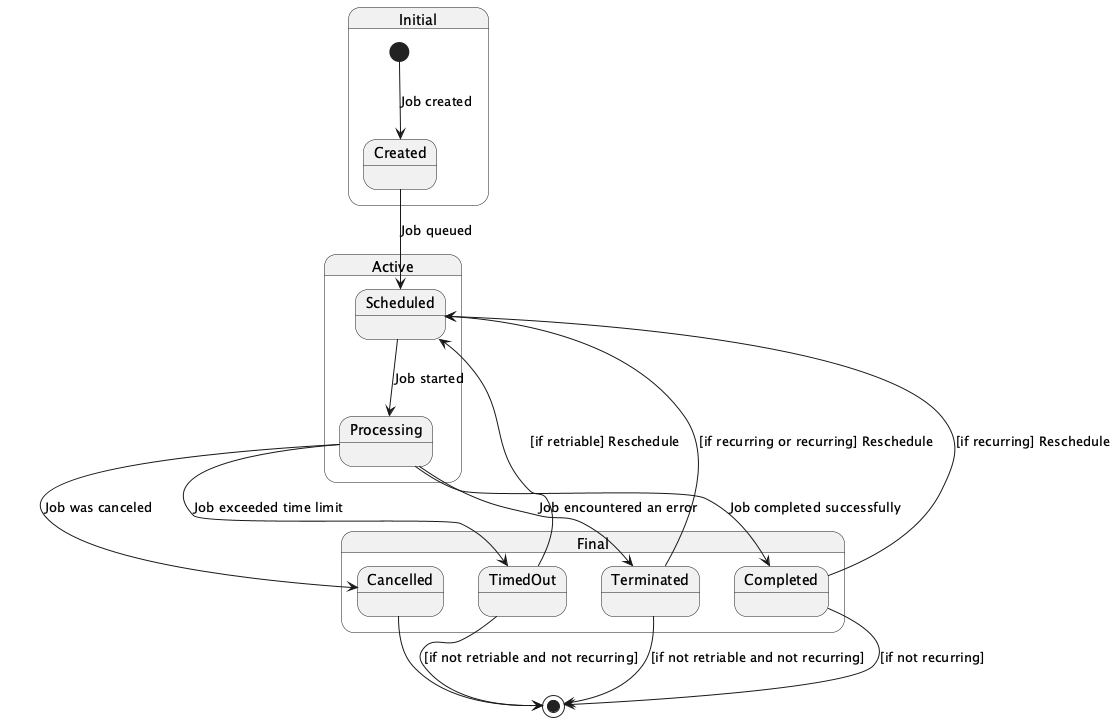
The PlantUML diagram doc/img/job-state.png in cybergarage/go-job, before a commit.
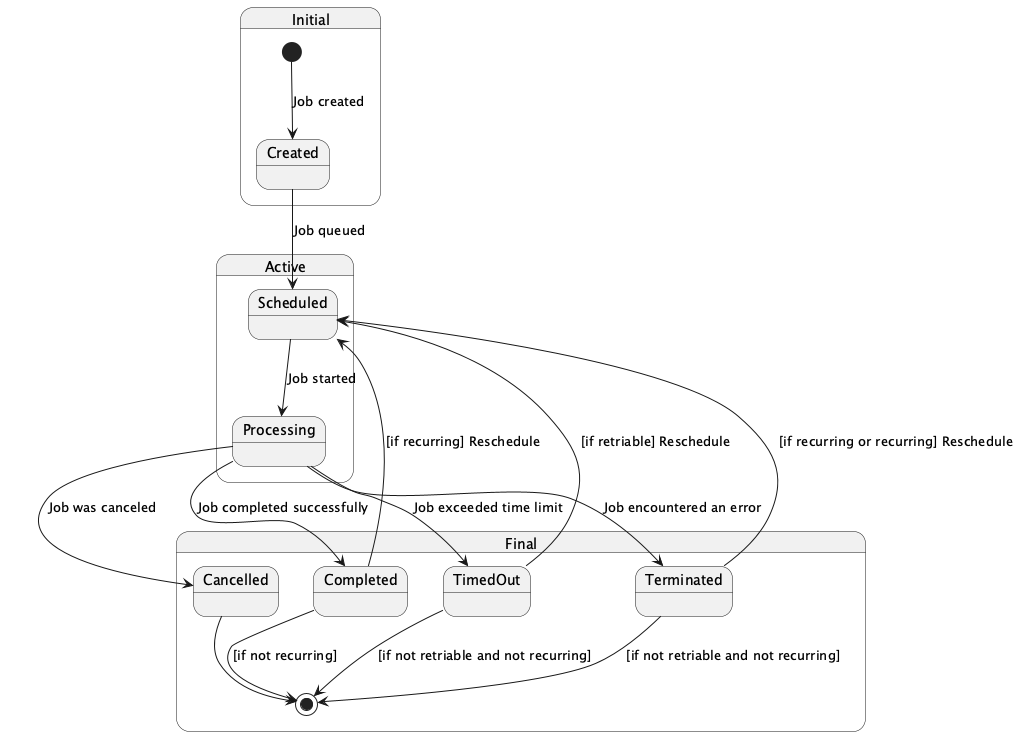
The same file after the commit.

Change to the diagram source:
```diff
@@ -18,11 +18,11 @@
 Processing --> Cancelled : Job was canceled
 Processing --> TimedOut : Job exceeded time limit
 TimedOut --> Scheduled : [if retriable] Reschedule
-}
 
 Terminated --> [*] : [if not retriable and not recurring]
 Completed --> [*] : [if not recurring]
 Cancelled --> [*]
 TimedOut --> [*] : [if not retriable and not recurring]
+}
 
 @enduml
```
